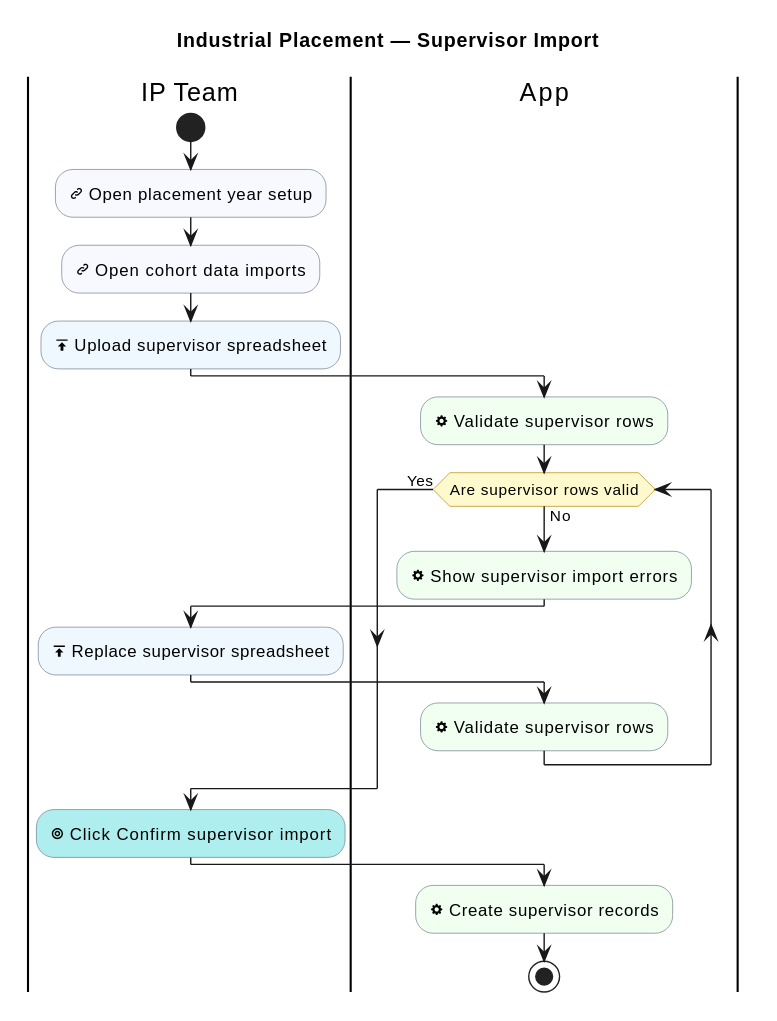
The PlantUML diagram industrial-placement-group-project/diagrams/industrial-placement/supervisor-import.svg in sdflkjssl/sdflkjssl.github.io, before a commit.
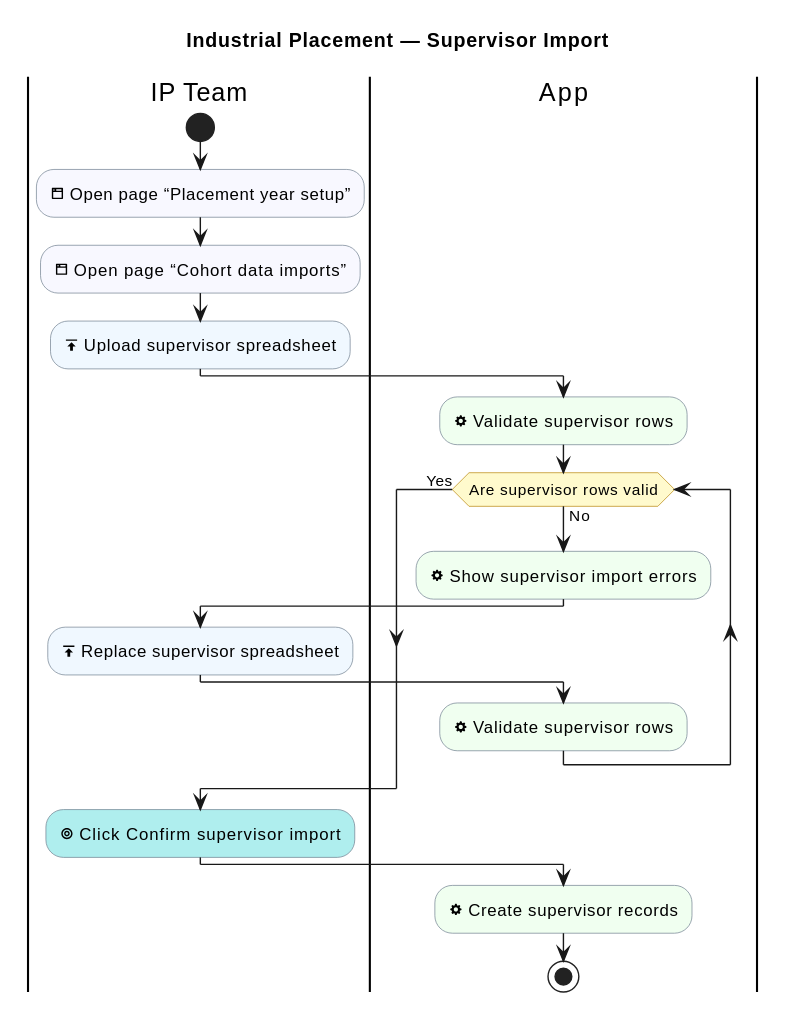
After the commit.

Diff of the diagram source:
```diff
@@ -12,8 +12,8 @@
 
 |IP Team|
 start
-:<&link-intact> Open placement year setup; <<#GhostWhite>>
-:<&link-intact> Open cohort data imports; <<#GhostWhite>>
+:<&browser> Open page “Placement year setup”; <<#GhostWhite>>
+:<&browser> Open page “Cohort data imports”; <<#GhostWhite>>
 :<&data-transfer-upload> Upload supervisor spreadsheet; <<#AliceBlue>>
 
 |App|
```
